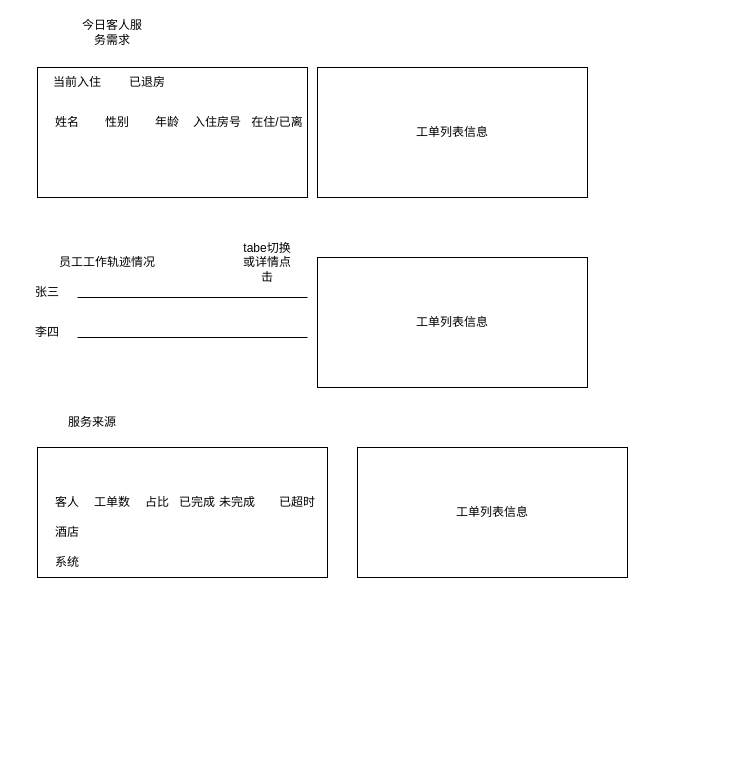
Above: xzzh/服务管家今日数据大屏补全数据.drawio in daniel-7d/draw (draw.io), before the change. Source tidied: cells renumbered, new cells numbered last; positions are measured from the earlier drawing's top-left corner, leaving out a move shared by most shapes. Both pictures are drawn from the tidied source at 100%, with x=0, y=0 at pixel (17, 17).
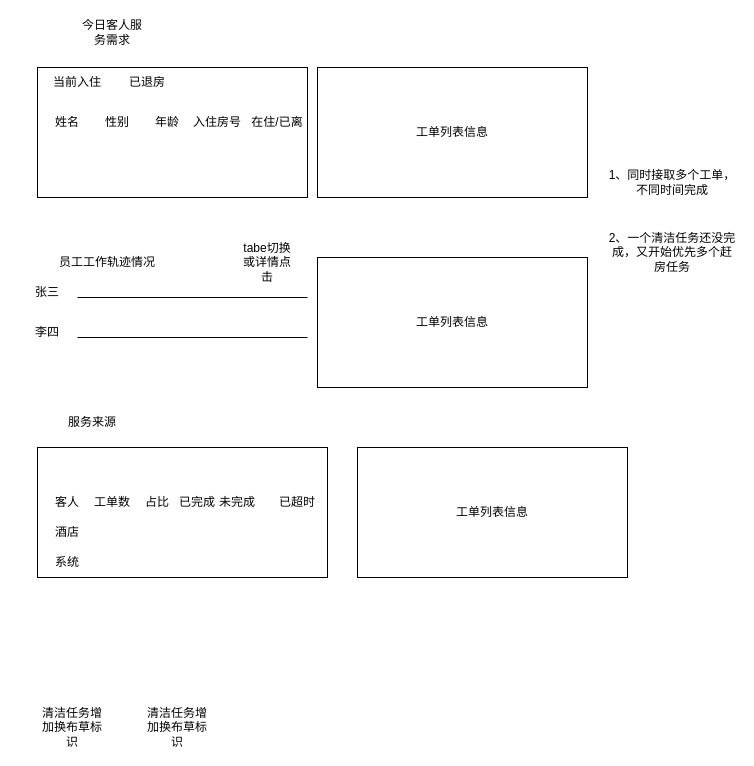
The same page after the edit.

Commit message:
更新服务管家今日数据大屏补全数据.drawio

The edit, as a diff of the source:
```diff
@@
+    <mxCell id="30" value="1、同时接取多个工单，不同时间完成" style="text;html=1;align=center;verticalAlign=middle;whiteSpace=wrap;rounded=0;" parent="1" vertex="1">
+      <mxGeometry x="590" y="140" width="130" height="50" as="geometry" />
+    </mxCell>
+    <mxCell id="31" value="2、一个清洁任务还没完成，又开始优先多个赶房任务" style="text;html=1;align=center;verticalAlign=middle;whiteSpace=wrap;rounded=0;" parent="1" vertex="1">
+      <mxGeometry x="590" y="210" width="130" height="50" as="geometry" />
+    </mxCell>
+    <mxCell id="32" value="清洁任务增加换布草标识" style="text;html=1;align=center;verticalAlign=middle;whiteSpace=wrap;rounded=0;" parent="1" vertex="1">
+      <mxGeometry x="20" y="690" width="70" height="40" as="geometry" />
+    </mxCell>
+    <mxCell id="33" value="清洁任务增加换布草标识" style="text;html=1;align=center;verticalAlign=middle;whiteSpace=wrap;rounded=0;" parent="1" vertex="1">
+      <mxGeometry x="125" y="690" width="70" height="40" as="geometry" />
+    </mxCell>
```
